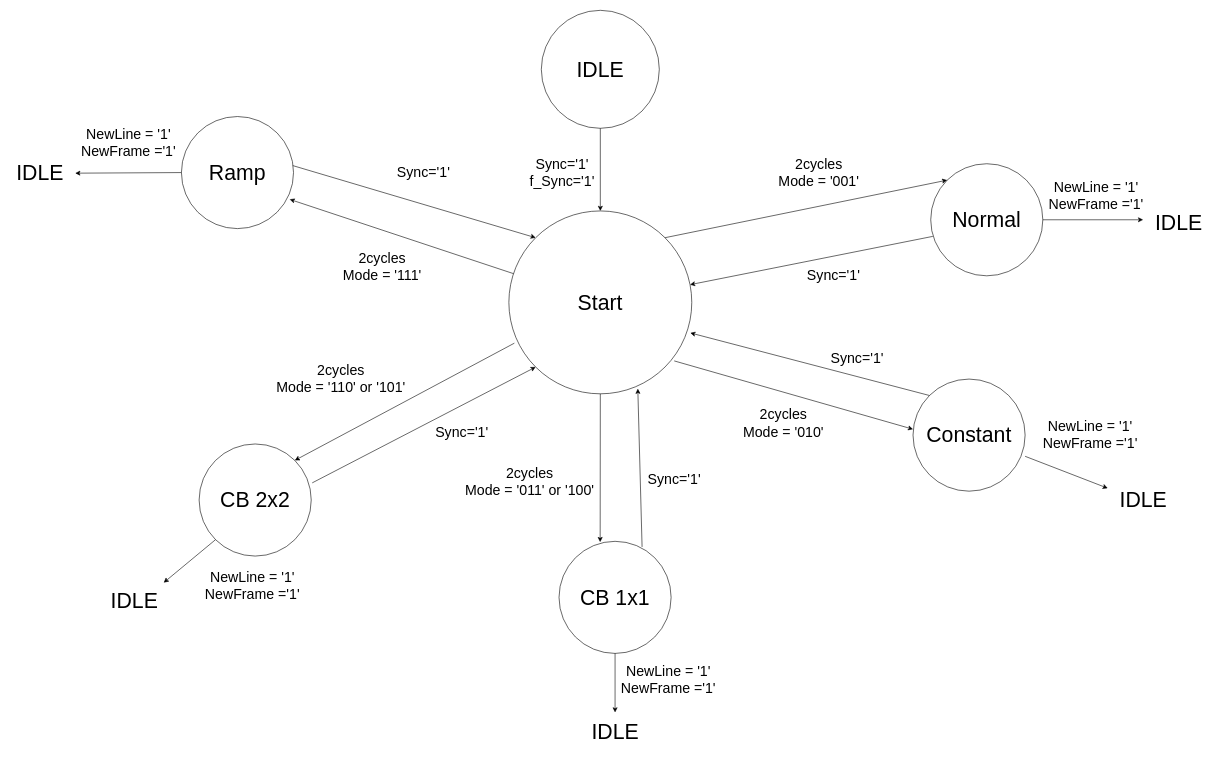
This is Diagrams/State_Machine.drawio from sabarioded/Patterns_Project, a draw.io file, before an edit. Source tidied: cells renumbered, new cells numbered last; positions are measured from the earlier drawing's top-left corner, leaving out a move shared by most shapes. Both pictures are drawn from the tidied source at 59%, with x=0, y=0 at pixel (10, 10).
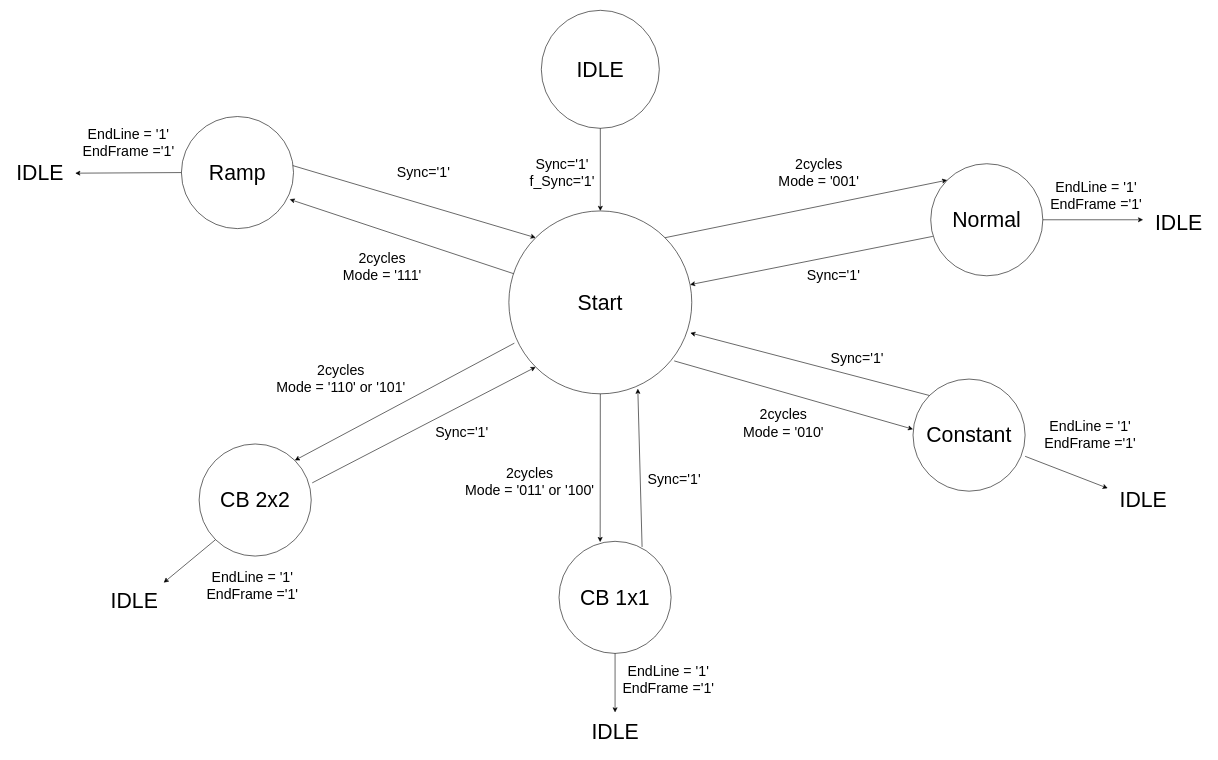
After the change.

The edit, as a diff of the source:
```diff
@@
-    <mxCell id="31" value="&lt;font style=&quot;font-size: 24px;&quot;&gt;NewLine = '1'&lt;/font&gt;&lt;div&gt;&lt;font style=&quot;font-size: 24px;&quot;&gt;NewFrame ='1'&lt;/font&gt;&lt;/div&gt;" style="text;html=1;align=center;verticalAlign=middle;strokeColor=none;fillColor=none;" parent="1" vertex="1">
+    <mxCell id="31" value="&lt;font style=&quot;font-size: 24px;&quot;&gt;EndLine = '1'&lt;/font&gt;&lt;div&gt;&lt;font style=&quot;font-size: 24px;&quot;&gt;EndFrame ='1'&lt;/font&gt;&lt;/div&gt;" style="text;html=1;align=center;verticalAlign=middle;strokeColor=none;fillColor=none;" parent="1" vertex="1">
       <mxGeometry x="1025" y="1100" width="180" height="70" as="geometry" />
     </mxCell>
@@
-    <mxCell id="35" value="&lt;font style=&quot;font-size: 24px;&quot;&gt;NewLine = '1'&lt;/font&gt;&lt;div&gt;&lt;font style=&quot;font-size: 24px;&quot;&gt;NewFrame ='1'&lt;/font&gt;&lt;/div&gt;" style="text;html=1;align=center;verticalAlign=middle;strokeColor=none;fillColor=none;" parent="1" vertex="1">
+    <mxCell id="35" value="&lt;font style=&quot;font-size: 24px;&quot;&gt;EndLine = '1'&lt;/font&gt;&lt;div&gt;&lt;font style=&quot;font-size: 24px;&quot;&gt;EndFrame ='1'&lt;/font&gt;&lt;/div&gt;" style="text;html=1;align=center;verticalAlign=middle;strokeColor=none;fillColor=none;" parent="1" vertex="1">
       <mxGeometry x="320" y="940" width="180" height="70" as="geometry" />
     </mxCell>
@@
-    <mxCell id="38" value="&lt;font style=&quot;font-size: 24px;&quot;&gt;NewLine = '1'&lt;/font&gt;&lt;div&gt;&lt;font style=&quot;font-size: 24px;&quot;&gt;NewFrame ='1'&lt;/font&gt;&lt;/div&gt;" style="text;html=1;align=center;verticalAlign=middle;strokeColor=none;fillColor=none;" parent="1" vertex="1">
+    <mxCell id="38" value="&lt;font style=&quot;font-size: 24px;&quot;&gt;EndLine = '1'&lt;/font&gt;&lt;div&gt;&lt;font style=&quot;font-size: 24px;&quot;&gt;EndFrame ='1'&lt;/font&gt;&lt;/div&gt;" style="text;html=1;align=center;verticalAlign=middle;strokeColor=none;fillColor=none;" parent="1" vertex="1">
       <mxGeometry x="110" y="190" width="180" height="70" as="geometry" />
     </mxCell>
@@
-    <mxCell id="41" value="&lt;font style=&quot;font-size: 24px;&quot;&gt;NewLine = '1'&lt;/font&gt;&lt;div&gt;&lt;font style=&quot;font-size: 24px;&quot;&gt;NewFrame ='1'&lt;/font&gt;&lt;/div&gt;" style="text;html=1;align=center;verticalAlign=middle;strokeColor=none;fillColor=none;" parent="1" vertex="1">
+    <mxCell id="41" value="&lt;font style=&quot;font-size: 24px;&quot;&gt;EndLine = '1'&lt;/font&gt;&lt;div&gt;&lt;font style=&quot;font-size: 24px;&quot;&gt;EndFrame ='1'&lt;/font&gt;&lt;/div&gt;" style="text;html=1;align=center;verticalAlign=middle;strokeColor=none;fillColor=none;" parent="1" vertex="1">
       <mxGeometry x="1740" y="685" width="180" height="70" as="geometry" />
     </mxCell>
@@
-    <mxCell id="44" value="&lt;font style=&quot;font-size: 24px;&quot;&gt;NewLine = '1'&lt;/font&gt;&lt;div&gt;&lt;font style=&quot;font-size: 24px;&quot;&gt;NewFrame ='1'&lt;/font&gt;&lt;/div&gt;" style="text;html=1;align=center;verticalAlign=middle;strokeColor=none;fillColor=none;" parent="1" vertex="1">
+    <mxCell id="44" value="&lt;font style=&quot;font-size: 24px;&quot;&gt;EndLine = '1'&lt;/font&gt;&lt;div&gt;&lt;font style=&quot;font-size: 24px;&quot;&gt;EndFrame ='1'&lt;/font&gt;&lt;/div&gt;" style="text;html=1;align=center;verticalAlign=middle;strokeColor=none;fillColor=none;" parent="1" vertex="1">
       <mxGeometry x="1750" y="280" width="180" height="70" as="geometry" />
     </mxCell>
```
